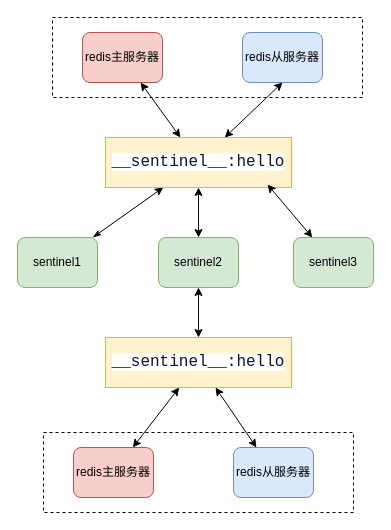
This is redis/哨兵与服务器的订阅频道.drawio from buxiangchixiangcai/draw, a draw.io file, before an edit. Source tidied: cells renumbered, new cells numbered last; positions are measured from the earlier drawing's top-left corner, leaving out a move shared by most shapes. Both pictures are drawn from the tidied source at 100%, with x=0, y=0 at pixel (17, 17).
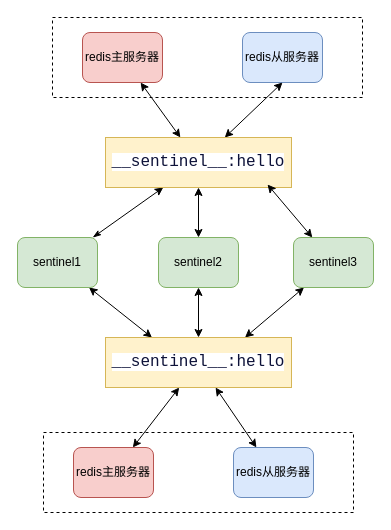
After the change.

Commit message (it also covers changes not shown here):
更新哨兵与服务器的订阅频道.drawio

The change refers to these unchanged cells:
```xml
<mxCell id="4" value="sentinel1" style="rounded=1;whiteSpace=wrap;html=1;fillColor=#d5e8d4;strokeColor=#82b366;" parent="1" vertex="1">
  <mxGeometry y="220" width="80" height="50" as="geometry" />
</mxCell>
<mxCell id="8" value="sentinel3" style="rounded=1;whiteSpace=wrap;html=1;fillColor=#d5e8d4;strokeColor=#82b366;" parent="1" vertex="1">
  <mxGeometry x="276" y="220" width="80" height="50" as="geometry" />
</mxCell>
<mxCell id="11" value="&lt;span style=&quot;color: rgb(13, 18, 57); font-family: monospace, monospace; font-size: 16px; text-align: left; background-color: rgb(255, 255, 255);&quot;&gt;__sentinel__:hello&lt;/span&gt;" style="rounded=0;whiteSpace=wrap;html=1;fillColor=#fff2cc;strokeColor=#d6b656;" parent="1" vertex="1">
  <mxGeometry x="88" y="320" width="186" height="50" as="geometry" />
</mxCell>
```

The edit, as a diff of the source:
```diff
@@
+    <mxCell id="21" style="rounded=0;jettySize=auto;html=1;entryX=0.25;entryY=0;entryDx=0;entryDy=0;startArrow=classic;startFill=1;" parent="1" edge="1" source="4" target="11">
+      <mxGeometry relative="1" as="geometry" />
+    </mxCell>
@@
+    <mxCell id="22" style="rounded=0;jettySize=auto;html=1;entryX=0.75;entryY=0;entryDx=0;entryDy=0;startArrow=classic;startFill=1;" parent="1" edge="1" source="8" target="11">
+      <mxGeometry relative="1" as="geometry" />
+    </mxCell>
```
